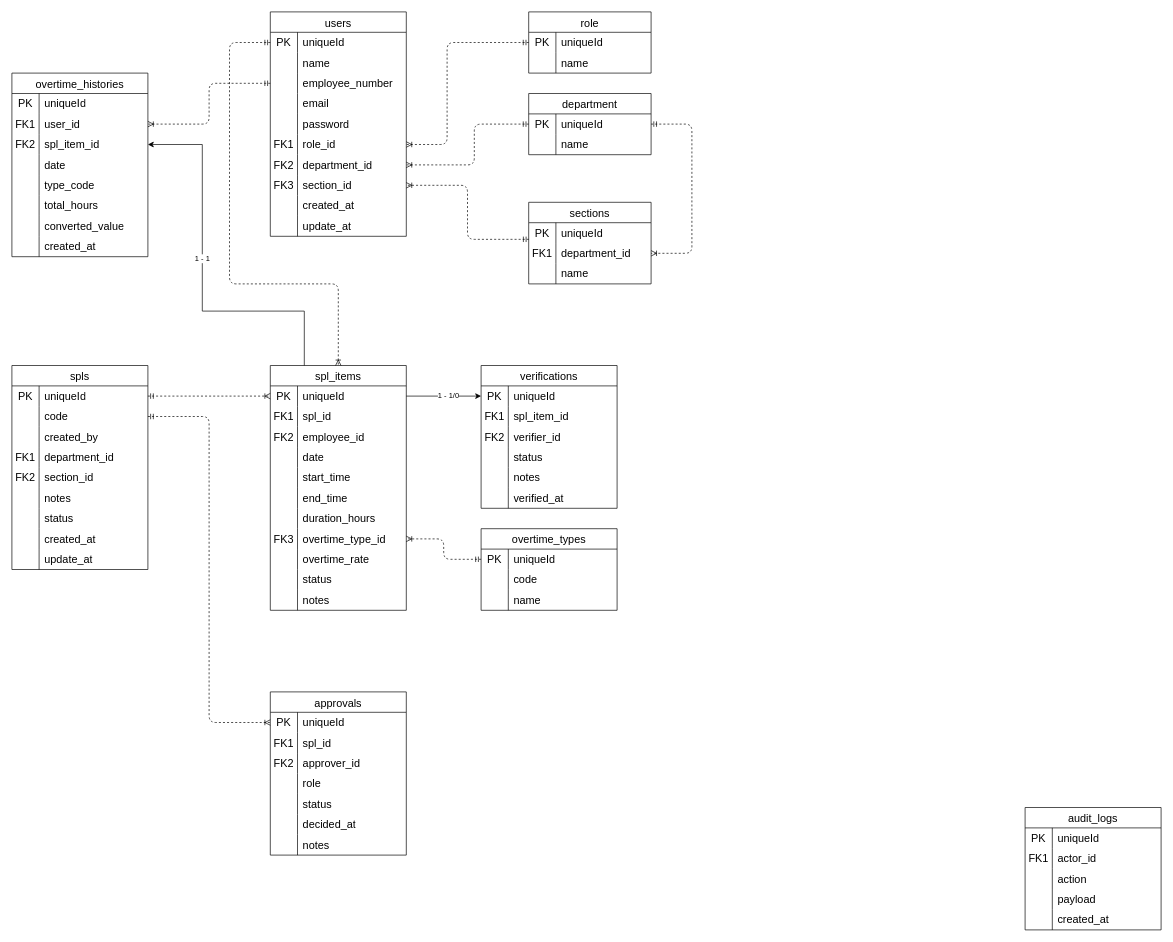
The draw.io diagram Surat Perintah Lembur.drawio in Hudha11/dbd-surat-perintah-lembur, before the edit. Source tidied: cells renumbered, new cells numbered last; positions are measured from the earlier drawing's top-left corner, leaving out a move shared by most shapes. Both pictures are drawn from the tidied source at 68%, with x=0, y=0 at pixel (12, 12).
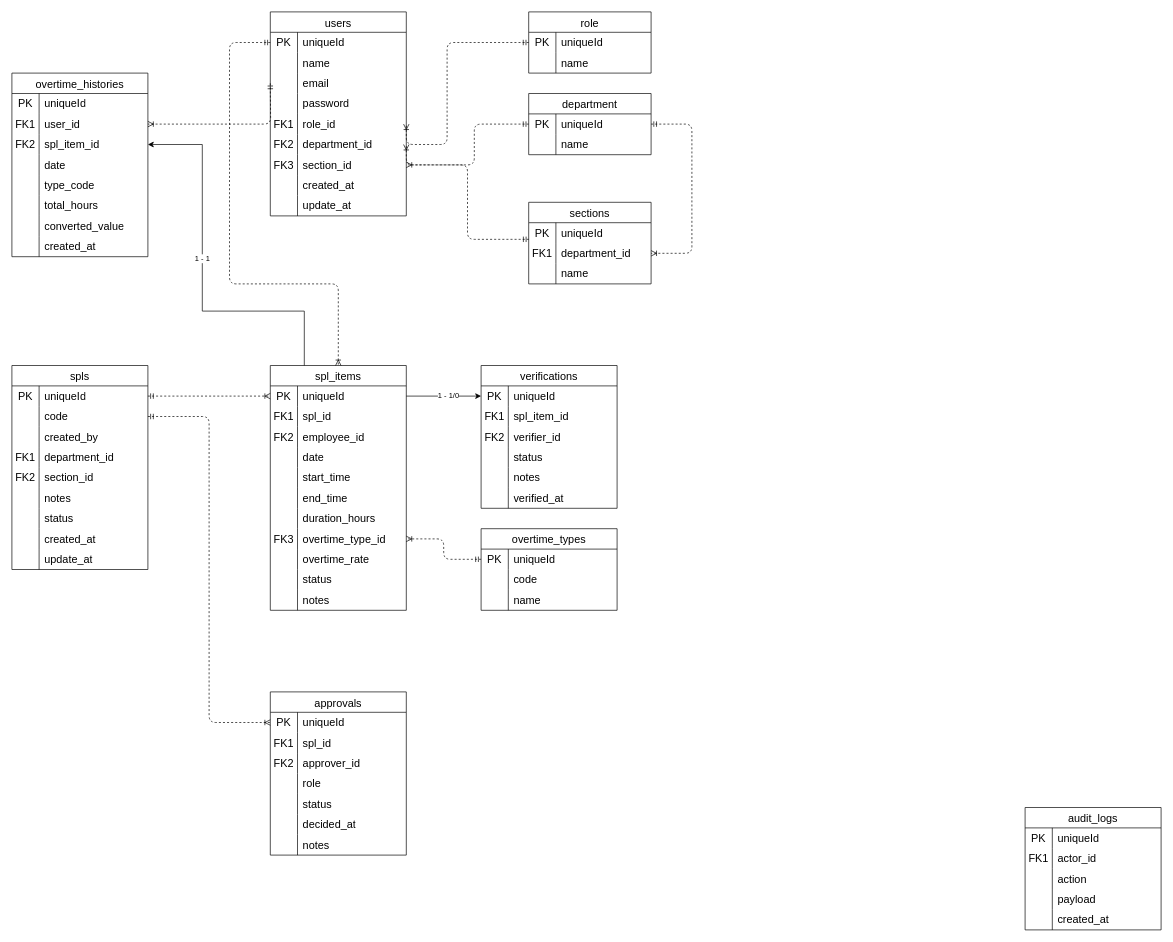
The same page after the edit.

Unchanged cells that the change refers to:
```xml
<mxCell id="179" style="shape=tableRow;horizontal=0;startSize=0;swimlaneHead=0;swimlaneBody=0;top=0;left=0;bottom=0;right=0;fillColor=none;points=[[0,0.5],[1,0.5]];portConstraint=eastwest;strokeColor=inherit;fontSize=16;" parent="175" vertex="1">
  <mxGeometry y="60" width="200" height="30" as="geometry" />
</mxCell>
```

Diff of the diagram source:
```diff
@@
     <mxCell id="4" value="users" style="shape=table;startSize=30;childLayout=tableLayout;rowLines=0;fontStyle=0;strokeColor=default;fontSize=16;" parent="1" vertex="1">
-      <mxGeometry x="380" width="200" height="330" as="geometry" />
+      <mxGeometry x="380" width="200" height="300" as="geometry" />
     </mxCell>
@@
-    <mxCell id="11" style="shape=tableRow;horizontal=0;startSize=0;swimlaneHead=0;swimlaneBody=0;top=0;left=0;bottom=0;right=0;fillColor=none;points=[[0,0.5],[1,0.5]];portConstraint=eastwest;strokeColor=inherit;fontSize=16;" parent="4" vertex="1">
-      <mxGeometry y="90" width="200" height="30" as="geometry" />
-    </mxCell>
-    <mxCell id="12" style="shape=partialRectangle;html=1;whiteSpace=wrap;fillColor=none;top=0;left=0;bottom=0;right=0;overflow=hidden;strokeColor=inherit;fontSize=16;" parent="11" vertex="1">
-      <mxGeometry width="40" height="30" as="geometry" />
-    </mxCell>
-    <mxCell id="13" value="employee_number" style="shape=partialRectangle;html=1;whiteSpace=wrap;fillColor=none;top=0;left=0;bottom=0;right=0;align=left;spacingLeft=6;overflow=hidden;strokeColor=inherit;fontSize=16;" parent="11" vertex="1">
-      <mxGeometry x="40" width="160" height="30" as="geometry" />
-    </mxCell>
     <mxCell id="14" style="shape=tableRow;horizontal=0;startSize=0;swimlaneHead=0;swimlaneBody=0;top=0;left=0;bottom=0;right=0;fillColor=none;strokeColor=inherit;fontSize=16;" parent="4" vertex="1">
-      <mxGeometry y="120" width="200" height="30" as="geometry" />
+      <mxGeometry y="90" width="200" height="30" as="geometry" />
     </mxCell>
@@
     <mxCell id="17" style="shape=tableRow;horizontal=0;startSize=0;swimlaneHead=0;swimlaneBody=0;top=0;left=0;bottom=0;right=0;fillColor=none;strokeColor=inherit;fontSize=16;" parent="4" vertex="1">
-      <mxGeometry y="150" width="200" height="30" as="geometry" />
+      <mxGeometry y="120" width="200" height="30" as="geometry" />
     </mxCell>
@@
     <mxCell id="20" style="shape=tableRow;horizontal=0;startSize=0;swimlaneHead=0;swimlaneBody=0;top=0;left=0;bottom=0;right=0;fillColor=none;points=[[0,0.5],[1,0.5]];portConstraint=eastwest;strokeColor=inherit;fontSize=16;" parent="4" vertex="1">
-      <mxGeometry y="180" width="200" height="30" as="geometry" />
+      <mxGeometry y="150" width="200" height="30" as="geometry" />
     </mxCell>
@@
     <mxCell id="23" style="shape=tableRow;horizontal=0;startSize=0;swimlaneHead=0;swimlaneBody=0;top=0;left=0;bottom=0;right=0;fillColor=none;points=[[0,0.5],[1,0.5]];portConstraint=eastwest;strokeColor=inherit;fontSize=16;" parent="4" vertex="1">
-      <mxGeometry y="210" width="200" height="30" as="geometry" />
+      <mxGeometry y="180" width="200" height="30" as="geometry" />
     </mxCell>
@@
     <mxCell id="26" style="shape=tableRow;horizontal=0;startSize=0;swimlaneHead=0;swimlaneBody=0;top=0;left=0;bottom=0;right=0;fillColor=none;points=[[0,0.5],[1,0.5]];portConstraint=eastwest;strokeColor=inherit;fontSize=16;" parent="4" vertex="1">
-      <mxGeometry y="240" width="200" height="30" as="geometry" />
+      <mxGeometry y="210" width="200" height="30" as="geometry" />
     </mxCell>
@@
     <mxCell id="29" style="shape=tableRow;horizontal=0;startSize=0;swimlaneHead=0;swimlaneBody=0;top=0;left=0;bottom=0;right=0;fillColor=none;strokeColor=inherit;fontSize=16;" parent="4" vertex="1">
-      <mxGeometry y="270" width="200" height="30" as="geometry" />
+      <mxGeometry y="240" width="200" height="30" as="geometry" />
     </mxCell>
@@
     <mxCell id="32" style="shape=tableRow;horizontal=0;startSize=0;swimlaneHead=0;swimlaneBody=0;top=0;left=0;bottom=0;right=0;fillColor=none;strokeColor=inherit;fontSize=16;" parent="4" vertex="1">
-      <mxGeometry y="300" width="200" height="30" as="geometry" />
+      <mxGeometry y="270" width="200" height="30" as="geometry" />
     </mxCell>
@@
-    <mxCell id="221" style="edgeStyle=orthogonalEdgeStyle;html=1;dashed=1;labelBackgroundColor=none;startArrow=ERmandOne;endArrow=ERoneToMany;fontFamily=Verdana;fontSize=12;align=left;exitX=0;exitY=0.5;exitDx=0;exitDy=0;entryX=1;entryY=0.5;entryDx=0;entryDy=0;" parent="1" edge="1" source="11" target="179">
-      <mxGeometry relative="1" as="geometry" />
+    <mxCell id="221" style="edgeStyle=orthogonalEdgeStyle;html=1;dashed=1;labelBackgroundColor=none;startArrow=ERmandOne;endArrow=ERoneToMany;fontFamily=Verdana;fontSize=12;align=left;exitX=0;exitY=0.5;exitDx=0;exitDy=0;entryX=1;entryY=0.5;entryDx=0;entryDy=0;" parent="1" edge="1" target="179">
+      <mxGeometry relative="1" as="geometry">
+        <mxPoint x="380" y="105" as="sourcePoint" />
+      </mxGeometry>
     </mxCell>
```
